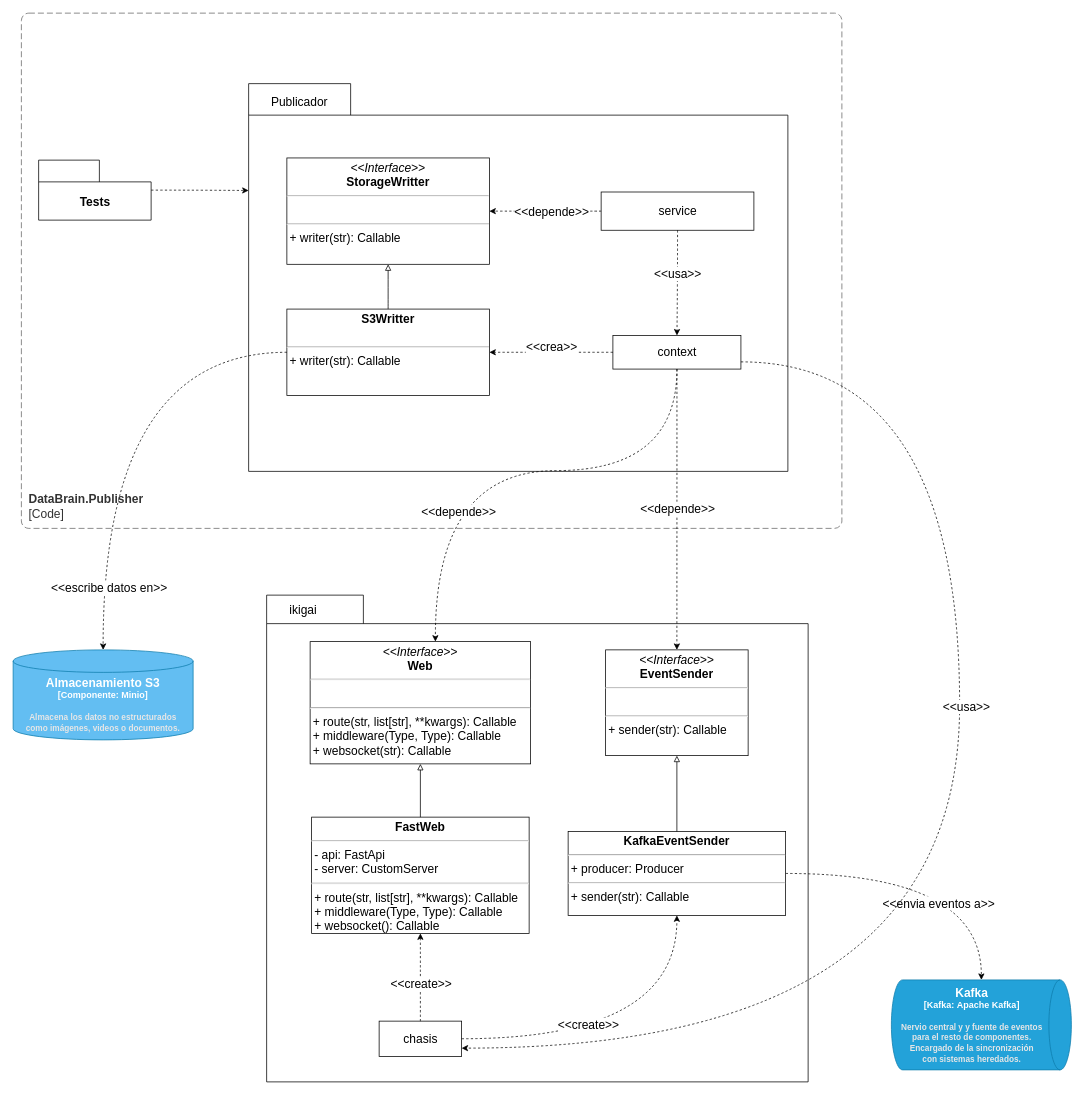
This is page "Code Diagram: Databrain.Producer" (2 of 14) of C4 model.drawio from gaspect/brainsys, a draw.io file, before an edit. Source tidied: cells renumbered, new cells numbered last; positions are measured from the earlier drawing's top-left corner, leaving out a move shared by most shapes. Both pictures are drawn from the tidied source at 75%, with x=0, y=0 at pixel (13, 13).
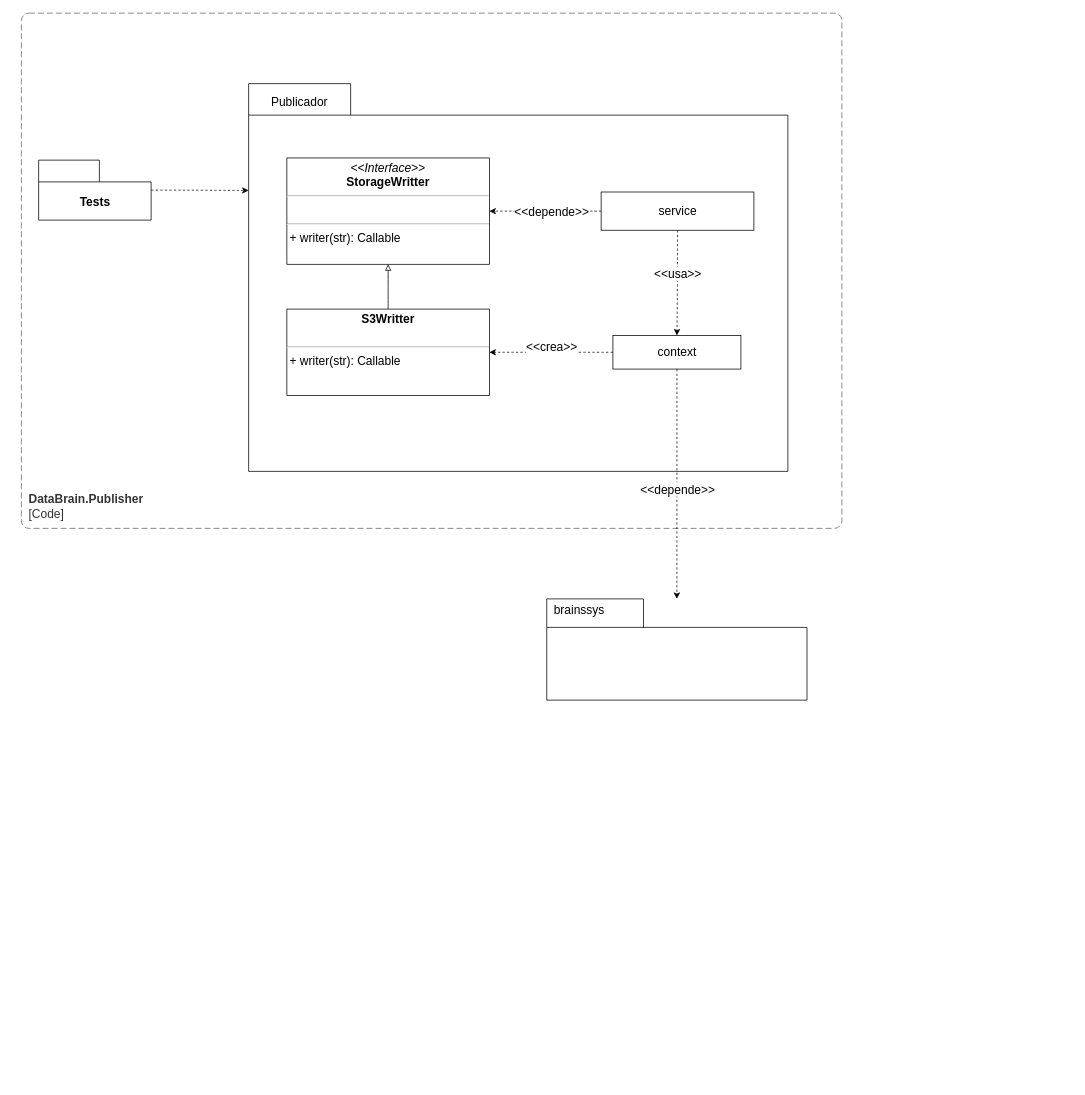
After the change.

Unchanged cells that the change refers to:
```xml
<mxCell id="25" value="context" style="html=1;fontSize=16;" parent="22" vertex="1">
  <mxGeometry x="485.7" y="335.8" width="170.7" height="44.8" as="geometry" />
</mxCell>
<mxCell id="28" value="&lt;p style=&quot;margin: 4px 0px 0px ; text-align: center ; font-size: 16px&quot;&gt;&lt;b&gt;S3Writter&lt;/b&gt;&lt;/p&gt;&lt;p style=&quot;margin: 0px 0px 0px 4px ; font-size: 16px&quot;&gt;&lt;br style=&quot;font-size: 16px&quot;&gt;&lt;/p&gt;&lt;hr style=&quot;font-size: 16px&quot;&gt;&lt;p style=&quot;margin: 0px 0px 0px 4px ; font-size: 16px&quot;&gt;+ writer(str): Callable&lt;/p&gt;" style="verticalAlign=top;align=left;overflow=fill;fontSize=16;fontFamily=Helvetica;html=1;" parent="22" vertex="1">
  <mxGeometry x="51" y="300.6" width="270" height="115.1" as="geometry" />
</mxCell>
```

The edit, as a diff of the source:
```diff
@@
     <mxCell id="4" style="shape=folder;fontStyle=1;spacingTop=10;tabWidth=129;tabHeight=38;tabPosition=left;html=1;fontSize=16;" parent="1" vertex="1">
-      <mxGeometry x="338" y="776" width="722" height="649" as="geometry" />
+      <mxGeometry x="711.5" y="781" width="347" height="135" as="geometry" />
     </mxCell>
-    <mxCell id="5" style="group;fontSize=16;" parent="1" vertex="1">
-      <mxGeometry x="458" y="1314" width="180" height="100" as="geometry" />
-    </mxCell>
-    <mxCell id="6" value="chasis" style="html=1;fontSize=16;" parent="5" vertex="1">
-      <mxGeometry x="30" y="30" width="110" height="47" as="geometry" />
-    </mxCell>
-    <mxCell id="7" value="&lt;p style=&quot;margin: 4px 0px 0px; text-align: center; font-size: 16px;&quot;&gt;&lt;i style=&quot;font-size: 16px;&quot;&gt;&amp;lt;&amp;lt;Interface&amp;gt;&amp;gt;&lt;/i&gt;&lt;br style=&quot;font-size: 16px;&quot;&gt;&lt;b style=&quot;font-size: 16px;&quot;&gt;Web&lt;/b&gt;&lt;/p&gt;&lt;hr style=&quot;font-size: 16px;&quot;&gt;&lt;p style=&quot;margin: 0px 0px 0px 4px; font-size: 16px;&quot;&gt;&lt;br style=&quot;font-size: 16px;&quot;&gt;&lt;/p&gt;&lt;hr style=&quot;font-size: 16px;&quot;&gt;&lt;p style=&quot;margin: 0px 0px 0px 4px; font-size: 16px;&quot;&gt;+ route(str, list[str], **kwargs): Callable&lt;br style=&quot;font-size: 16px;&quot;&gt;+ middleware(Type, Type): Callable&lt;br style=&quot;font-size: 16px;&quot;&gt;+ websocket(str): Callable&lt;/p&gt;" style="verticalAlign=top;align=left;overflow=fill;fontSize=16;fontFamily=Helvetica;html=1;" parent="1" vertex="1">
-      <mxGeometry x="396" y="838" width="294" height="163" as="geometry" />
-    </mxCell>
-    <mxCell id="8" value="&lt;p style=&quot;margin: 4px 0px 0px; text-align: center; font-size: 16px;&quot;&gt;&lt;i style=&quot;font-size: 16px;&quot;&gt;&amp;lt;&amp;lt;Interface&amp;gt;&amp;gt;&lt;/i&gt;&lt;br style=&quot;font-size: 16px;&quot;&gt;&lt;b style=&quot;font-size: 16px;&quot;&gt;EventSender&lt;/b&gt;&lt;/p&gt;&lt;hr style=&quot;font-size: 16px;&quot;&gt;&lt;p style=&quot;margin: 0px 0px 0px 4px; font-size: 16px;&quot;&gt;&lt;br style=&quot;font-size: 16px;&quot;&gt;&lt;/p&gt;&lt;hr style=&quot;font-size: 16px;&quot;&gt;&lt;p style=&quot;margin: 0px 0px 0px 4px; font-size: 16px;&quot;&gt;+ sender(str): Callable&lt;/p&gt;" style="verticalAlign=top;align=left;overflow=fill;fontSize=16;fontFamily=Helvetica;html=1;" parent="1" vertex="1">
-      <mxGeometry x="790" y="849" width="190" height="141" as="geometry" />
-    </mxCell>
-    <mxCell id="9" value="&lt;p style=&quot;margin: 4px 0px 0px; text-align: center; font-size: 16px;&quot;&gt;&lt;b style=&quot;font-size: 16px;&quot;&gt;FastWeb&lt;/b&gt;&lt;/p&gt;&lt;hr style=&quot;font-size: 16px;&quot;&gt;&lt;p style=&quot;margin: 0px 0px 0px 4px; font-size: 16px;&quot;&gt;- api: FastApi&lt;/p&gt;&lt;p style=&quot;margin: 0px 0px 0px 4px; font-size: 16px;&quot;&gt;- server: CustomServer&lt;/p&gt;&lt;hr style=&quot;font-size: 16px;&quot;&gt;&lt;p style=&quot;margin: 0px 0px 0px 4px; font-size: 16px;&quot;&gt;+ route(str, list[str], **kwargs): Callable&lt;br style=&quot;font-size: 16px;&quot;&gt;+ middleware(Type, Type): Callable&lt;br style=&quot;font-size: 16px;&quot;&gt;+ websocket(): Callable&lt;br style=&quot;font-size: 16px;&quot;&gt;&lt;/p&gt;" style="verticalAlign=top;align=left;overflow=fill;fontSize=16;fontFamily=Helvetica;html=1;" parent="1" vertex="1">
-      <mxGeometry x="398" y="1072" width="290" height="155" as="geometry" />
-    </mxCell>
-    <mxCell id="10" style="edgeStyle=orthogonalEdgeStyle;curved=1;html=1;dashed=1;fontSize=16;endArrow=classic;endFill=1;" parent="1" edge="1" source="12" target="45">
-      <mxGeometry relative="1" as="geometry" />
-    </mxCell>
-    <mxCell id="11" value="&amp;lt;&amp;lt;envia eventos a&amp;gt;&amp;gt;" style="edgeLabel;html=1;align=center;verticalAlign=middle;fontSize=16;" parent="10" vertex="1">
-      <mxGeometry x="0.01" y="-39" relative="1" as="geometry" />
-    </mxCell>
-    <mxCell id="12" value="&lt;p style=&quot;margin: 4px 0px 0px ; text-align: center ; font-size: 16px&quot;&gt;&lt;b style=&quot;font-size: 16px&quot;&gt;KafkaEventSender&lt;/b&gt;&lt;/p&gt;&lt;hr style=&quot;font-size: 16px&quot;&gt;&lt;p style=&quot;margin: 0px 0px 0px 4px ; font-size: 16px&quot;&gt;+ producer: Producer&lt;/p&gt;&lt;hr style=&quot;font-size: 16px&quot;&gt;&lt;p style=&quot;margin: 0px 0px 0px 4px ; font-size: 16px&quot;&gt;+ sender(str): Callable&lt;br style=&quot;font-size: 16px&quot;&gt;&lt;/p&gt;" style="verticalAlign=top;align=left;overflow=fill;fontSize=16;fontFamily=Helvetica;html=1;" parent="1" vertex="1">
-      <mxGeometry x="740" y="1091.2" width="290" height="111.8" as="geometry" />
-    </mxCell>
-    <mxCell id="13" value="ikigai" style="text;html=1;strokeColor=none;fillColor=none;align=center;verticalAlign=middle;whiteSpace=wrap;rounded=0;fontSize=16;" parent="1" vertex="1">
-      <mxGeometry x="357" y="781" width="60" height="30" as="geometry" />
+    <mxCell id="13" value="brainssys" style="text;html=1;strokeColor=none;fillColor=none;align=center;verticalAlign=middle;whiteSpace=wrap;rounded=0;fontSize=16;" parent="1" vertex="1">
+      <mxGeometry x="725" y="781" width="60" height="30" as="geometry" />
     </mxCell>
-    <mxCell id="14" style="edgeStyle=none;html=1;endArrow=block;endFill=0;fontSize=16;" parent="1" edge="1" source="9" target="7">
-      <mxGeometry relative="1" as="geometry" />
-    </mxCell>
-    <mxCell id="15" style="edgeStyle=orthogonalEdgeStyle;curved=1;html=1;dashed=1;endArrow=classic;endFill=1;fontSize=16;" parent="1" edge="1" source="6" target="9">
-      <mxGeometry relative="1" as="geometry" />
-    </mxCell>
-    <mxCell id="16" value="&amp;lt;&amp;lt;create&amp;gt;&amp;gt;" style="edgeLabel;html=1;align=center;verticalAlign=middle;fontSize=16;" parent="15" vertex="1">
-      <mxGeometry x="-0.69" y="12" relative="1" as="geometry">
-        <mxPoint x="12" y="-33" as="offset" />
-      </mxGeometry>
-    </mxCell>
-    <mxCell id="17" style="edgeStyle=none;html=1;endArrow=block;endFill=0;fontSize=16;" parent="1" edge="1" source="12" target="8">
-      <mxGeometry relative="1" as="geometry" />
-    </mxCell>
-    <mxCell id="18" style="edgeStyle=orthogonalEdgeStyle;curved=1;html=1;dashed=1;endArrow=classic;endFill=1;fontSize=16;" parent="1" edge="1" source="6" target="12">
-      <mxGeometry relative="1" as="geometry" />
-    </mxCell>
-    <mxCell id="19" value="&amp;lt;&amp;lt;create&amp;gt;&amp;gt;" style="edgeLabel;html=1;align=center;verticalAlign=middle;fontSize=16;" parent="18" vertex="1">
-      <mxGeometry x="-0.26" y="19" relative="1" as="geometry">
-        <mxPoint x="1" as="offset" />
-      </mxGeometry>
-    </mxCell>
@@
-    <mxCell id="36" style="edgeStyle=orthogonalEdgeStyle;curved=1;html=1;dashed=1;endArrow=classic;endFill=1;fontSize=16;" parent="1" edge="1" source="25" target="6">
-      <mxGeometry relative="1" as="geometry">
-        <Array as="points">
-          <mxPoint x="1262" y="465" />
-          <mxPoint x="1262" y="1380" />
-        </Array>
-      </mxGeometry>
-    </mxCell>
-    <mxCell id="37" value="&amp;lt;&amp;lt;usa&amp;gt;&amp;gt;" style="edgeLabel;html=1;align=center;verticalAlign=middle;fontSize=16;" parent="36" vertex="1">
-      <mxGeometry x="0.48" y="-60" relative="1" as="geometry">
-        <mxPoint x="186" y="-396" as="offset" />
-      </mxGeometry>
-    </mxCell>
-    <mxCell id="38" style="edgeStyle=orthogonalEdgeStyle;curved=1;html=1;dashed=1;endArrow=classic;endFill=1;fontSize=16;" parent="1" edge="1" source="25" target="7">
-      <mxGeometry relative="1" as="geometry">
-        <Array as="points">
-          <mxPoint x="886" y="610" />
-          <mxPoint x="563" y="610" />
-        </Array>
-      </mxGeometry>
-    </mxCell>
-    <mxCell id="39" value="&amp;lt;&amp;lt;depende&amp;gt;&amp;gt;" style="edgeLabel;html=1;align=center;verticalAlign=middle;fontSize=16;" parent="38" vertex="1">
-      <mxGeometry x="0.11" y="-1" relative="1" as="geometry">
-        <mxPoint x="-47" y="55" as="offset" />
-      </mxGeometry>
-    </mxCell>
-    <mxCell id="40" style="edgeStyle=orthogonalEdgeStyle;curved=1;html=1;dashed=1;endArrow=classic;endFill=1;fontSize=16;entryX=0.5;entryY=0;entryDx=0;entryDy=0;" parent="1" edge="1" source="25" target="8">
+    <mxCell id="40" style="edgeStyle=orthogonalEdgeStyle;curved=1;html=1;dashed=1;endArrow=classic;endFill=1;fontSize=16;" parent="1" edge="1" source="25" target="4">
       <mxGeometry relative="1" as="geometry" />
     </mxCell>
@@
-    <mxCell id="42" style="edgeStyle=orthogonalEdgeStyle;curved=1;html=1;fontSize=16;endArrow=classic;endFill=1;dashed=1;" parent="1" edge="1" source="28" target="44">
-      <mxGeometry relative="1" as="geometry" />
-    </mxCell>
-    <mxCell id="43" value="&amp;lt;&amp;lt;escribe datos en&amp;gt;&amp;gt;" style="edgeLabel;html=1;align=center;verticalAlign=middle;fontSize=16;" parent="42" vertex="1">
-      <mxGeometry x="0.74" y="7" relative="1" as="geometry" />
-    </mxCell>
-    <object id="44" label="&lt;font style=&quot;font-size: 16px&quot;&gt;&lt;b&gt;%c4Type%&lt;/font&gt;&lt;div&gt;[%c4Container%:&amp;nbsp;%c4Technology%]&lt;/div&gt;&lt;br&gt;&lt;div&gt;&lt;font style=&quot;font-size: 11px&quot;&gt;&lt;font color=&quot;#E6E6E6&quot;&gt;%c4Description%&lt;/font&gt;&lt;/div&gt;" c4Container="Componente" c4Description="Almacena los datos no estructurados&#10;como imágenes, videos o documentos." c4Technology="Minio" c4Type="Almacenamiento S3" placeholders="1">
-      <mxCell style="shape=cylinder3;size=15;whiteSpace=wrap;html=1;boundedLbl=1;rounded=0;labelBackgroundColor=none;fillColor=#63BEF2;fontSize=12;fontColor=#ffffff;align=center;strokeColor=#0E7DAD;points=[[0.5,0,0],[1,0.25,0],[1,0.5,0],[1,0.75,0],[0.5,1,0],[0,0.75,0],[0,0.5,0],[0,0.25,0]];" parent="1" vertex="1">
-        <mxGeometry y="849" width="240" height="120" as="geometry" />
-      </mxCell>
-    </object>
-    <object id="45" label="&lt;font style=&quot;font-size: 16px&quot;&gt;&lt;b&gt;%c4Type%&lt;/font&gt;&lt;div&gt;[%c4Container%:&amp;nbsp;%c4Technology%]&lt;/div&gt;&lt;br&gt;&lt;div&gt;&lt;font style=&quot;font-size: 11px&quot;&gt;&lt;font color=&quot;#E6E6E6&quot;&gt;%c4Description%&lt;/font&gt;&lt;/div&gt;" c4Container="Kafka" c4Description="Nervio central y y fuente de eventos&#10;para el resto de componentes.&#10;Encargado de la sincronización&#10;con sistemas heredados." c4Technology="Apache Kafka" c4Type="Kafka" placeholders="1">
-      <mxCell style="shape=cylinder3;size=15;direction=south;whiteSpace=wrap;html=1;boundedLbl=1;rounded=0;labelBackgroundColor=none;fillColor=#23A2D9;fontSize=12;fontColor=#ffffff;align=center;strokeColor=#0E7DAD;points=[[0.5,0,0],[1,0.25,0],[1,0.5,0],[1,0.75,0],[0.5,1,0],[0,0.75,0],[0,0.5,0],[0,0.25,0]];" parent="1" vertex="1">
-        <mxGeometry x="1171" y="1289" width="240" height="120" as="geometry" />
-      </mxCell>
-    </object>
```
